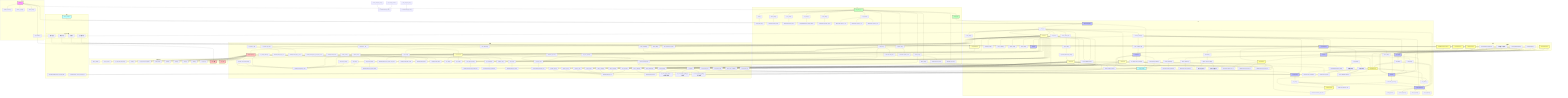
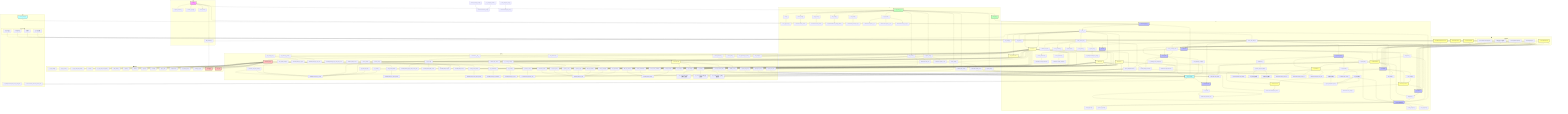
flowchart TD
    subgraph 主入口
        main["main()"] --> init_database["init_database()"]
        main --> register_services["register_services()"]
        main --> handle_cli_args["handle_cli_args()"]
        main --> show_menu["show_menu()"]
    end

    subgraph GUI
        VMTOOLPyQtApp["VMTOOLPyQtApp"] --> __init__["__init__()"]
        __init__ --> load_config["load_config()"]
        __init__ --> create_menu_bar["create_menu_bar()"]
        __init__ --> init_database
        __init__ --> DictService
        __init__ --> WeightCalculator
        __init__ --> FilterService
        __init__ --> StatsService
        __init__ --> set_theme["set_theme()"]
        __init__ --> create_tab_widget["create_tab_widget()"]
        __init__ --> ProgressBarWidget["ProgressBarWidget"]

        create_menu_bar --> import_data["import_data()"]
        create_menu_bar --> export_data["export_data()"]
        create_menu_bar --> calculate_weight["calculate_weight()"]
        create_menu_bar --> detect_conflicts["detect_conflicts()"]
        create_menu_bar --> migrate_data["migrate_data()"]
        create_menu_bar --> show_about["show_about()"]

        import_data --> ImportExportTab.import_data["ImportExportTab.import_data()"]
        export_data --> ImportExportTab.export_data["ImportExportTab.export_data()"]

        create_tab_widget --> CharsTab["CharsTab"]
        create_tab_widget --> SpecialTab["SpecialTab"]
        create_tab_widget --> WordsTab["WordsTab"]
        create_tab_widget --> StatsTab["StatsTab"]
        create_tab_widget --> ImportExportTab["ImportExportTab"]
        create_tab_widget --> CodeRulesTab["CodeRulesTab"]
        create_tab_widget --> create_settings_tab["create_settings_tab()"]
        create_settings_tab --> SettingsTab["SettingsTab"]

        SettingsTab --> on_settings_order_changed["on_settings_order_changed()"]
        SettingsTab --> reload_settings_content["reload_settings_content()"]
        SettingsTab --> load_language_settings["load_language_settings()"]
        on_settings_order_changed --> config_manager
        on_settings_order_changed --> reload_settings_content
        load_language_settings --> config_manager

        CharsTab --> search_characters_gui["search_characters()"]
        search_characters_gui --> DictService.search_characters

        CharsTab --> delete_character_gui["delete_character()"]
        delete_character_gui --> DictService.delete_character

        CharsTab --> add_batch_gui["add_batch()"]
        add_batch_gui --> AddBatchThread["AddBatchThread"]
        AddBatchThread --> DictService.add_characters
        add_batch_gui --> ProgressBarWidget

        SpecialTab --> add_special_batch_gui["add_batch()"]
        add_special_batch_gui --> AddBatchThread
        AddBatchThread --> DictService.add_words
        add_special_batch_gui --> ProgressBarWidget

        WordsTab --> add_batch_words_gui["add_batch()"]
        add_batch_words_gui --> AddBatchThread
        AddBatchThread --> DictService.add_words
        add_batch_words_gui --> ProgressBarWidget

        WordsTab --> recalculate_all_codes_gui["recalculate_all_codes()"]
        recalculate_all_codes_gui --> CalculateThread["CalculateThread"]
        CalculateThread --> DictService.calculate_all_codes
        recalculate_all_codes_gui --> ProgressBarWidget

+         WordsTab --> auto_dedupe_gui["auto_dedupe()"]
+         auto_dedupe_gui --> AutoDedupeThread
+         AutoDedupeThread --> DictService.auto_dedupe
+ 
        ImportExportTab --> showEvent["showEvent()"]
        showEvent --> update_export_full_path["update_export_full_path()"]
        update_export_full_path --> split_export_paths["分表导出路径显示"]
        update_export_full_path --> normal_export_paths["普通导出路径显示"]

        ImportExportTab --> import_data_gui["import_data()"]
        import_data_gui --> ImportThread["ImportThread"]
        ImportThread --> FilterService.import_from_txt
        ImportThread --> FilterService.import_from_csv
        ImportThread --> FilterService.import_from_json
        import_data_gui --> ProgressBarWidget

        ImportExportTab --> export_data_gui["export_data()"]
        export_data_gui --> split_export["分表导出逻辑"]
        split_export --> DictService.export_data["export_data(table=words)"]
        split_export --> DictService.export_data["export_data(table=chars)"]
        split_export --> DictService.export_data["export_data(table=special)"]
        export_data_gui --> normal_export["普通导出逻辑"]
        normal_export --> DictService.export_data

        CodeRulesTab --> test_rule["test_rule()"]
        test_rule --> DictService.generate_code
        test_rule --> ProgressBarWidget

        ProgressBarWidget --> start_progress["start_progress()"]
        ProgressBarWidget --> update_progress["update_progress()"]
        ProgressBarWidget --> finish_progress["finish_progress()"]
        ProgressBarWidget --> error_progress["error_progress()"]
    end

    subgraph 线程
        BaseBatchThread["BaseBatchThread"] --> AddBatchThread["AddBatchThread"]
        AddBatchThread --> WordsTab
        AddBatchThread --> CharsTab
        ImportThread["ImportThread"] --> ImportExportTab
        CalculateThread["CalculateThread"] --> WordsTab
        DeleteTableThread["DeleteTableThread"] --> SettingsTab
        SetAllManualToFalseThread["SetAllManualToFalseThread"] --> SettingsTab
        RefreshDataThread["RefreshDataThread"] --> WordsTab
        RefreshDataThread --> CharsTab
        RefreshDataThread --> SpecialTab
+         AutoDedupeThread["AutoDedupeThread"] --> WordsTab
+         AutoDedupeThread --> CharsTab
+         AutoDedupeThread --> SpecialTab

        subgraph 性能优化
            BlockSignals["blockSignals(True)"] --> WordsTab
            BlockSignals --> CharsTab
            BlockSignals --> SpecialTab
            DisableSorting["setSortingEnabled(False)"] --> WordsTab
            DisableSorting --> CharsTab
            DisableSorting --> SpecialTab
            BatchUpdate["分批更新(1000条/批)"] --> WordsTab
            BatchUpdate --> CharsTab
            BatchUpdate --> SpecialTab
            DataRole["Qt.ItemDataRole.DisplayRole"] --> WordsTab
            DataRole --> CharsTab
            DataRole --> SpecialTab
        end
    end

    subgraph CLI
        CLI_Main["cli/__main__.py"] --> main_cli["main()"]
        main_cli --> show_typer_help["show_typer_help()"]

        CLI_Main --> add_word["add_word()"]
        CLI_Main --> delete_word["delete_word()"]
        CLI_Main --> delete_batch["delete_batch()"]
        CLI_Main --> query_word["query_word()"]
        CLI_Main --> set_weight["set_weight()"]
        CLI_Main --> replace_code["replace_code()"]
        CLI_Main --> calculate_all_codes_cli["calculate_all_codes()"]
        CLI_Main --> show_stats["show_stats()"]
        CLI_Main --> import_data_cli["import_data()"]
        CLI_Main --> export_data_cli["export_data()"]
        CLI_Main --> start_gui["start_gui()"]

        add_word --> DictService.add_word
        delete_word --> DictService.delete_word
        delete_batch --> DictService.delete_words
        query_word --> DictService.search_words
        set_weight --> WeightCalculator.set_weight_directly
        replace_code --> DictService.replace_code
        calculate_all_codes_cli --> DictService.calculate_all_codes
        show_stats --> StatsService.generate_report
        import_data_cli --> DictService.add_words
        import_data_cli --> FilterService.import_from_txt
        import_data_cli --> FilterService.import_from_csv
        import_data_cli --> FilterService.import_from_json
        export_data_cli --> FilterService.export_to_txt
        export_data_cli --> FilterService.export_to_csv
        export_data_cli --> FilterService.export_to_json
        start_gui --> VMTOOLPyQtApp
    end

    subgraph 服务层
        DictService["DictService"] --> __init__["__init__()"]
        DictService.__init__ --> WordRepository
        DictService.__init__ --> CodeGenerator

        DictService --> get_word["get_word()"]
        get_word --> WordRepository.get_by_word

        DictService --> get_word_by_text["get_word_by_text()"]
        get_word_by_text --> WordRepository.get_by_word

        DictService --> get_word_by_id["get_word_by_id()"]
        get_word_by_id --> WordRepository.get_by_id

        DictService --> get_words_by_code["get_words_by_code()"]
        get_words_by_code --> WordRepository.get_by_code

        DictService --> get_special_chars["get_special_chars()"]
        get_special_chars --> WordRepository.get_special_chars

        DictService --> count_special_chars["count_special_chars()"]
        count_special_chars --> WordRepository.count_special_chars

        DictService --> get_characters["get_characters()"]
        get_characters --> WordRepository.get_characters

        DictService --> get_words["get_words()"]
        get_words --> WordRepository.get_words

        DictService --> add_word["add_word()"]
        add_word --> generate_code["generate_code()"]
        generate_code --> CodeGenerator.generate_code
        add_word --> WordRepository.get_by_word_and_code
        add_word --> WordRepository.create

        DictService --> add_words["add_words()"]
        add_words --> generate_code
        add_words --> WordRepository.get_by_word_code_pairs
        add_words --> WordRepository.bulk_create

        DictService --> add_characters["add_characters()"]
        add_characters --> add_words

        DictService --> update_word["update_word()"]
        update_word --> WordRepository.get_by_word
        update_word --> WordRepository.update

        DictService --> delete_word["delete_word()"]
        delete_word --> WordRepository.get_by_word
        delete_word --> WordRepository.delete

        DictService --> delete_words["delete_words()"]
        delete_words --> WordRepository.get_by_word
        delete_words --> WordRepository.delete

        DictService --> delete_character["delete_character()"]
        delete_character --> delete_word

        DictService --> delete_table["delete_table()"]
        DictService --> set_all_manual_to_false["set_all_manual_to_false()"]
+         DictService --> auto_dedupe["auto_dedupe()"]

        DictService --> replace_code["replace_code()"]
        replace_code --> update_word

        DictService --> get_all_words["get_all_words()"]
        get_all_words --> WordRepository.get_all

        DictService --> search_words["search_words()"]
        search_words --> WordRepository.search

        DictService --> search_characters["search_characters()"]
        search_characters --> WordRepository.search

        DictService --> get_code_preview["get_code_preview()"]
        get_code_preview --> generate_code

        DictService --> calculate_all_codes["calculate_all_codes()"]
        calculate_all_codes --> generate_code

        DictService --> export_data["export_data(table=None)"]
        export_data --> WordRepository.get_all
        export_data --> WordRepository.get_words
        export_data --> WordRepository.get_characters
        export_data --> WordRepository.get_special_chars

        WeightCalculator["WeightCalculator"] --> set_weight_directly["set_weight_directly()"]
        set_weight_directly --> WordRepository.get_by_word
        set_weight_directly --> WordRepository.update

        FilterService["FilterService"] --> filter_by_length["filter_by_length()"]
        filter_by_length --> WordRepository.get_all

        FilterService --> filter_by_weight["filter_by_weight()"]
        filter_by_weight --> WordRepository.get_all

        FilterService --> filter_by_pattern["filter_by_pattern()"]
        filter_by_pattern --> WordRepository.search

        FilterService --> import_from_txt["import_from_txt()"]
        import_from_txt --> DictService.add_words

        FilterService --> import_from_csv["import_from_csv()"]
        import_from_csv --> DictService.add_words

        FilterService --> import_from_json["import_from_json()"]
        import_from_json --> DictService.add_words

        FilterService --> export_to_txt["export_to_txt()"]
        export_to_txt --> WordRepository.get_all

        FilterService --> export_to_csv["export_to_csv()"]
        export_to_csv --> WordRepository.get_all

        FilterService --> export_to_json["export_to_json()"]
        export_to_json --> WordRepository.get_all

        StatsService["StatsService"] --> get_stats["get_stats()"]
        StatsService --> get_word_length_stats["get_word_length_stats() - 只统计词表数据"]
        StatsService --> get_code_stats["get_code_stats() - 只统计词表数据"]
        StatsService --> get_weight_stats["get_weight_stats() - 只统计词表数据"]
        StatsService --> detect_code_conflicts["detect_code_conflicts()"]
        StatsService --> generate_report["generate_report()"]
        get_stats --> get_word_length_stats
        get_stats --> get_code_stats
        get_stats --> get_weight_stats
        generate_report --> WordRepository.get_all

        CodeGenerator["CodeGenerator"] --> set_config["set_config()"]
        CodeGenerator --> get_config["get_config()"]
        CodeGenerator --> generate_code_from_chars["generate_code_from_chars()"]
        generate_code_from_chars --> WordRepository.get_by_word
        CodeGenerator --> _execute_custom_rule["_execute_custom_rule()"]
        _execute_custom_rule --> config_manager
        CodeGenerator --> validate_code["validate_code()"]
    end

    subgraph 数据访问层
        WordRepository["WordRepository"] --> get_by_word["get_by_word()"]
        WordRepository --> get_by_code["get_by_code()"]
        WordRepository --> get_special_chars["get_special_chars()"]
        WordRepository --> count_special_chars["count_special_chars()"]
        WordRepository --> get_characters["get_characters()"]
        WordRepository --> get_words["get_words()"]
        WordRepository --> get_by_word_and_code["get_by_word_and_code()"]
        WordRepository --> create["create()"]
        WordRepository --> get_by_word_code_pairs["get_by_word_code_pairs()"]
        WordRepository --> bulk_create["bulk_create()"]
        WordRepository --> update["update()"]
        WordRepository --> delete["delete()"]
        WordRepository --> get_all["get_all()"]
        WordRepository --> search["search()"]
        WordRepository --> get_by_id["get_by_id()"]
+         WordRepository --> bulk_delete["bulk_delete()"]
+         WordRepository --> get_all_by_type["get_all_by_type()"]
+         WordRepository --> count_by_type["count_by_type()"]

        WordRepository --> Word["Word模型"]
        WordRepository --> get_db["get_db()"]
        init_database --> Word
    end

    subgraph 核心
        config_manager["config_manager"] --> VMTOOLPyQtApp
        config_manager --> CodeRulesTab
        config_manager --> ImportExportTab.update_export_full_path
        config_manager --> SettingsTab
        config_manager --> CodeGenerator._execute_custom_rule
        theme_manager["theme_manager"] --> VMTOOLPyQtApp

        subgraph 性能优化机制
            SignalBlocking["信号阻塞机制"] --> BlockSignals
            SortOptimization["排序优化"] --> DisableSorting
            BatchProcessing["批处理机制"] --> BatchUpdate
            RoleBasedData["角色化数据"] --> DataRole
        end
    end

    main --> CLI_Main
    main --> VMTOOLPyQtApp
    test_rule --> DictService.generate_code
    set_codegen_custom --> CodeGenerator.set_config
    save_codegen_config --> CodeGenerator.get_config
    restore_codegen_config --> CodeGenerator.set_config
    generate_code_from_chars --> WordRepository.get_by_word
    _execute_custom_rule --> config_manager
    ImportExportTab.export_data --> DictService.export_data
    ImportExportTab.import_data --> FilterService

    classDef main fill:#f9f,stroke:#333,stroke-width:2px;
    classDef gui fill:#bbf,stroke:#333,stroke-width:2px;
    classDef cli fill:#bfb,stroke:#333,stroke-width:2px;
    classDef service fill:#ffb,stroke:#333,stroke-width:2px;
    classDef dal fill:#fbb,stroke:#333,stroke-width:2px;
    classDef core fill:#bff,stroke:#333,stroke-width:2px;
    classDef thread fill:#ff9,stroke:#333,stroke-width:2px;

    class main main;
    class VMTOOLPyQtApp,CharsTab,SpecialTab,WordsTab,StatsTab,ImportExportTab,CodeRulesTab,SettingsTab,ProgressBarWidget gui;
    class CLI_Main,start_gui cli;
    class DictService,WeightCalculator,FilterService,StatsService,CodeGenerator service;
    class WordRepository,Word,get_db dal;
    class config_manager,theme_manager core;
-     class BaseBatchThread,AddBatchThread,ImportThread,CalculateThread,DeleteTableThread,SetAllManualToFalseThread,RefreshDataThread thread;+     class BaseBatchThread,AddBatchThread,ImportThread,CalculateThread,DeleteTableThread,SetAllManualToFalseThread,RefreshDataThread,AutoDedupeThread thread;